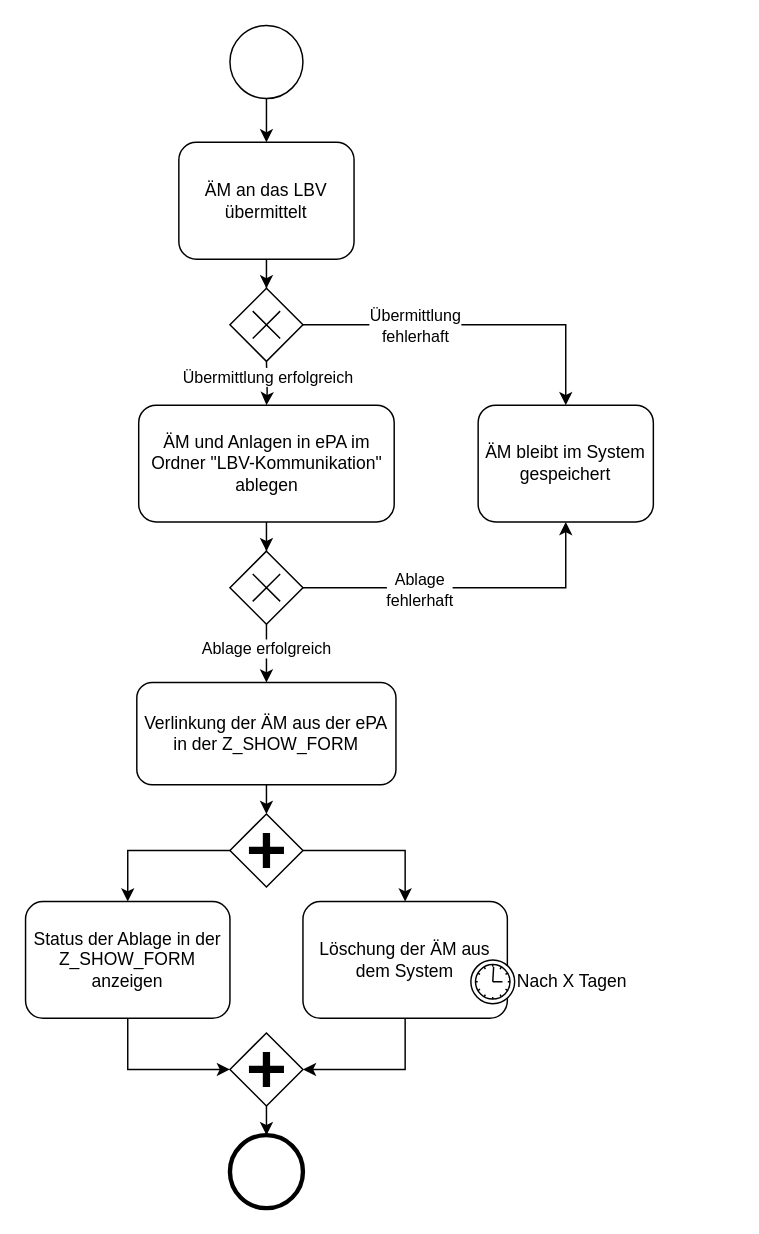
Earlier version of the draw.io diagram ePA.drawio (Fa8io/Sequenzdiagramm). Source tidied: cells renumbered, new cells numbered last; positions are measured from the earlier drawing's top-left corner, leaving out a move shared by most shapes. Both pictures are drawn from the tidied source at 146%, with x=0, y=0 at pixel (25, 25).
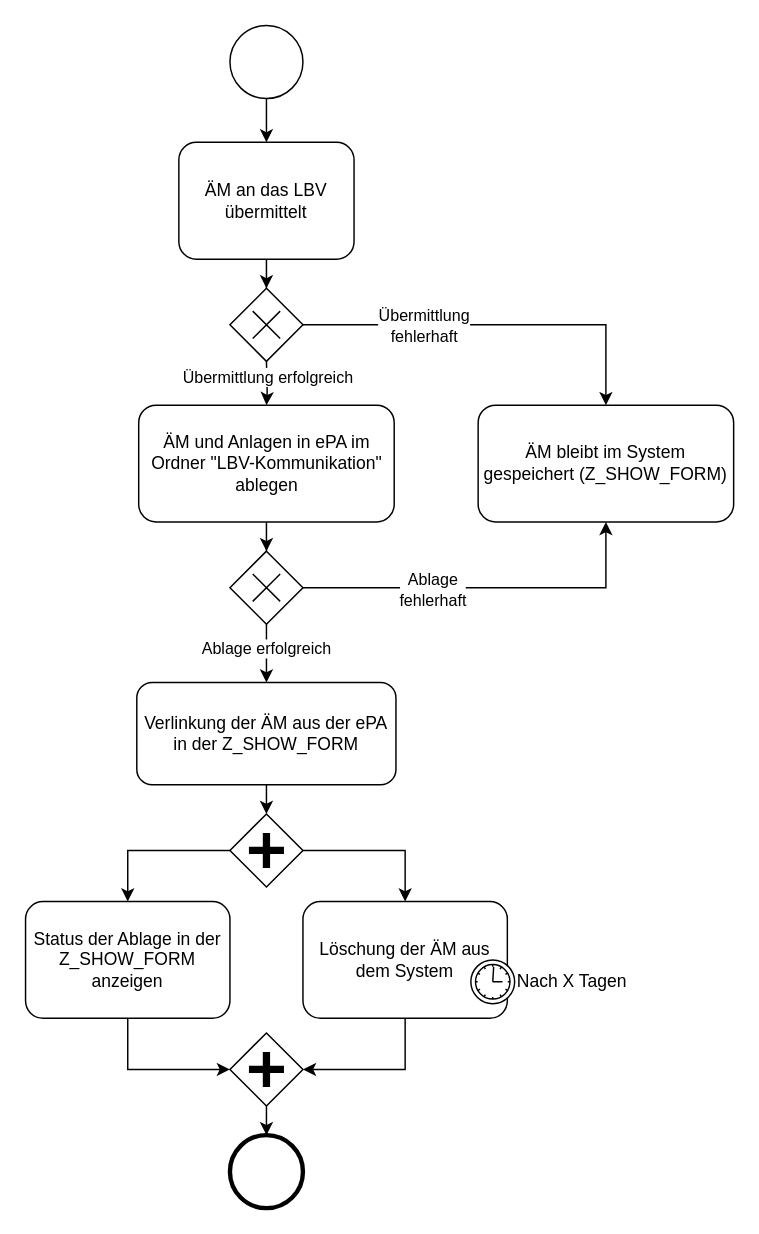
Above is the later version.

Diff of the diagram source:
```diff
@@
-    <mxCell id="13" value="ÄM bleibt im System gespeichert" style="shape=ext;rounded=1;html=1;whiteSpace=wrap;" parent="1" vertex="1">
-      <mxGeometry x="310" y="260" width="120" height="80" as="geometry" />
+    <mxCell id="13" value="ÄM bleibt im System gespeichert (Z_SHOW_FORM)" style="shape=ext;rounded=1;html=1;whiteSpace=wrap;" parent="1" vertex="1">
+      <mxGeometry x="310" y="260" width="175" height="80" as="geometry" />
     </mxCell>
```
